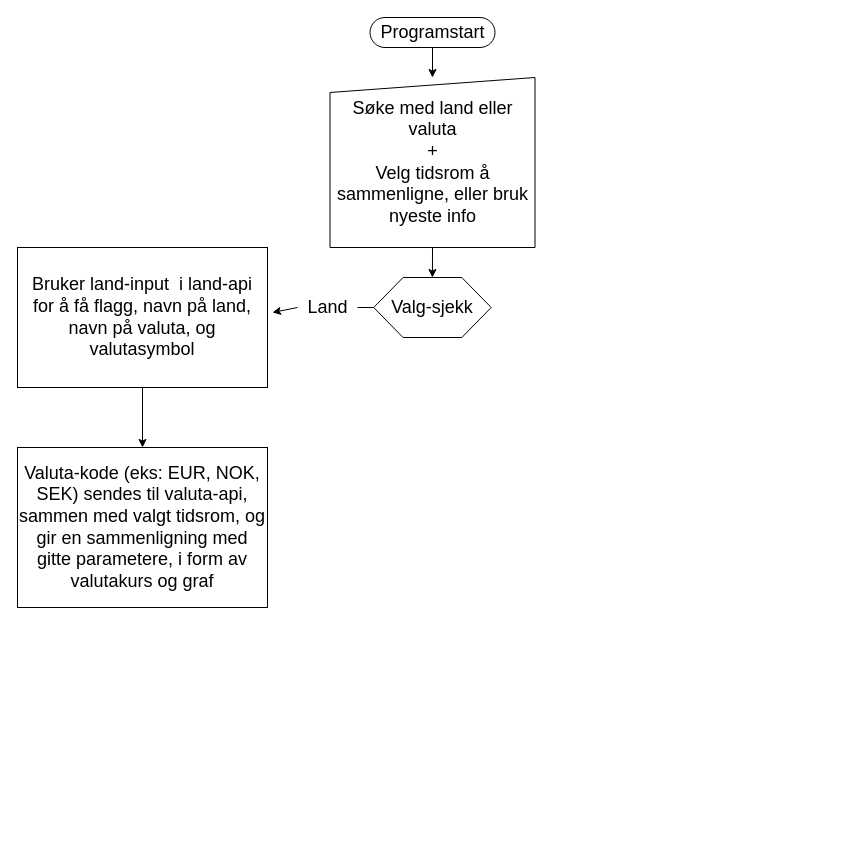
This is UML.drawio from patootey/api_oppgave, a draw.io file, before an edit. Source tidied: cells renumbered, new cells numbered last; positions are measured from the earlier drawing's top-left corner, leaving out a move shared by most shapes. Both pictures are drawn from the tidied source at 100%, with x=0, y=0 at pixel (17, 17).
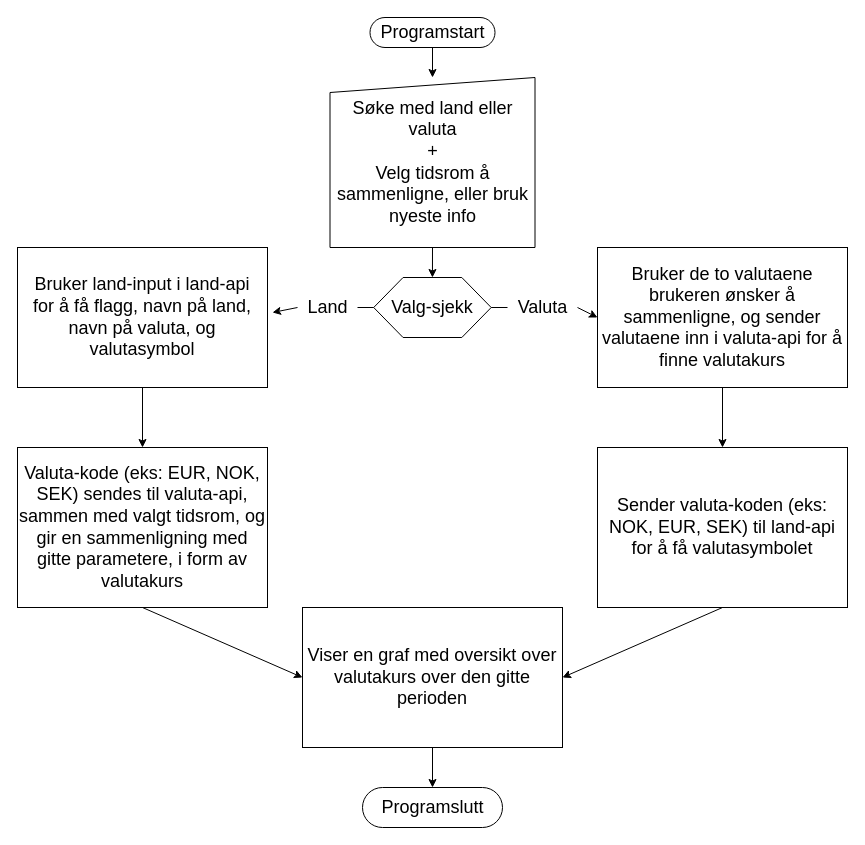
Above is the later version.

Commit message (it also covers changes not shown here):
Laget UML

Unchanged cells that the change refers to:
```xml
<mxCell id="5" value="&lt;span style=&quot;&quot;&gt;Valg-sjekk&lt;/span&gt;" style="shape=hexagon;perimeter=hexagonPerimeter2;whiteSpace=wrap;html=1;size=0.25;fontSize=18;" parent="1" vertex="1">
  <mxGeometry x="356.2" y="260" width="117.5" height="60" as="geometry" />
</mxCell>
```

The edit, as a diff of the source:
```diff
@@
-    <mxCell id="10" value="&lt;span style=&quot;&quot;&gt;Bruker land-input&amp;nbsp; i land-api for å få flagg, navn på land, navn på valuta, og valutasymbol&lt;/span&gt;" style="html=1;dashed=0;whitespace=wrap;fontSize=18;whiteSpace=wrap;spacingLeft=6;spacingRight=6;" parent="1" vertex="1">
+    <mxCell id="10" value="&lt;span style=&quot;&quot;&gt;Bruker land-input i land-api for å få flagg, navn på land, navn på valuta, og valutasymbol&lt;/span&gt;" style="html=1;dashed=0;whitespace=wrap;fontSize=18;whiteSpace=wrap;spacingLeft=6;spacingRight=6;" parent="1" vertex="1">
       <mxGeometry y="230" width="250" height="140" as="geometry" />
     </mxCell>
-    <mxCell id="11" value="Valuta-kode (eks: EUR, NOK, SEK) sendes til valuta-api, sammen med valgt tidsrom, og gir en sammenligning med gitte parametere, i form av valutakurs og graf" style="whiteSpace=wrap;html=1;fontSize=18;" parent="1" vertex="1">
+    <mxCell id="11" value="Valuta-kode (eks: EUR, NOK, SEK) sendes til valuta-api, sammen med valgt tidsrom, og gir en sammenligning med gitte parametere, i form av valutakurs" style="whiteSpace=wrap;html=1;fontSize=18;" parent="1" vertex="1">
       <mxGeometry y="430" width="250" height="160" as="geometry" />
     </mxCell>
@@
+    <mxCell id="13" value="Bruker de to valutaene brukeren ønsker å sammenligne, og sender valutaene inn i valuta-api for å finne valutakurs" style="html=1;dashed=0;whitespace=wrap;fontSize=18;whiteSpace=wrap;" parent="1" vertex="1">
+      <mxGeometry x="580" y="230" width="250" height="140" as="geometry" />
+    </mxCell>
+    <mxCell id="14" style="edgeStyle=none;jettySize=auto;html=1;fontSize=18;exitX=1;exitY=0.5;exitDx=0;exitDy=0;entryX=0;entryY=0.5;entryDx=0;entryDy=0;startArrow=none;" parent="1" edge="1" source="16" target="13">
+      <mxGeometry relative="1" as="geometry" />
+    </mxCell>
+    <mxCell id="15" style="edgeStyle=none;jettySize=auto;html=1;fontSize=18;exitX=1;exitY=0.5;exitDx=0;exitDy=0;entryX=0;entryY=0.5;entryDx=0;entryDy=0;endArrow=none;" parent="1" edge="1" source="5" target="16">
+      <mxGeometry relative="1" as="geometry" />
+    </mxCell>
+    <mxCell id="16" value="Valuta" style="text;html=1;align=center;verticalAlign=middle;points=[];strokeColor=none;fillColor=none;fontSize=18;" parent="1" vertex="1">
+      <mxGeometry x="490" y="270" width="70" height="40" as="geometry" />
+    </mxCell>
+    <mxCell id="17" value="Sender valuta-koden (eks: NOK, EUR, SEK) til land-api for å få valutasymbolet" style="whiteSpace=wrap;html=1;fontSize=18;" parent="1" vertex="1">
+      <mxGeometry x="580" y="430" width="250" height="160" as="geometry" />
+    </mxCell>
+    <mxCell id="18" style="edgeStyle=none;jettySize=auto;html=1;fontSize=18;exitX=0.5;exitY=1;exitDx=0;exitDy=0;entryX=0.5;entryY=0;entryDx=0;entryDy=0;" parent="1" edge="1" source="13" target="17">
+      <mxGeometry relative="1" as="geometry" />
+    </mxCell>
+    <mxCell id="19" value="Viser en graf med oversikt over valutakurs over den gitte perioden" style="whiteSpace=wrap;html=1;fontSize=18;" parent="1" vertex="1">
+      <mxGeometry x="285" y="590" width="260" height="140" as="geometry" />
+    </mxCell>
+    <mxCell id="20" style="edgeStyle=none;jettySize=auto;html=1;fontSize=18;exitX=0.5;exitY=1;exitDx=0;exitDy=0;entryX=0;entryY=0.5;entryDx=0;entryDy=0;" parent="1" edge="1" source="11" target="19">
+      <mxGeometry relative="1" as="geometry" />
+    </mxCell>
+    <mxCell id="21" style="edgeStyle=none;jettySize=auto;html=1;fontSize=18;exitX=0.5;exitY=1;exitDx=0;exitDy=0;entryX=1;entryY=0.5;entryDx=0;entryDy=0;" parent="1" edge="1" source="17" target="19">
+      <mxGeometry relative="1" as="geometry" />
+    </mxCell>
+    <mxCell id="22" value="Programslutt" style="html=1;dashed=0;whitespace=wrap;shape=mxgraph.dfd.start;fontSize=18;" parent="1" vertex="1">
+      <mxGeometry x="345" y="770" width="140" height="40" as="geometry" />
+    </mxCell>
+    <mxCell id="23" style="edgeStyle=none;jettySize=auto;html=1;fontSize=18;exitX=0.5;exitY=1;exitDx=0;exitDy=0;entryX=0.5;entryY=0.5;entryDx=0;entryDy=-20;entryPerimeter=0;" parent="1" edge="1" source="19" target="22">
+      <mxGeometry relative="1" as="geometry" />
+    </mxCell>
```
